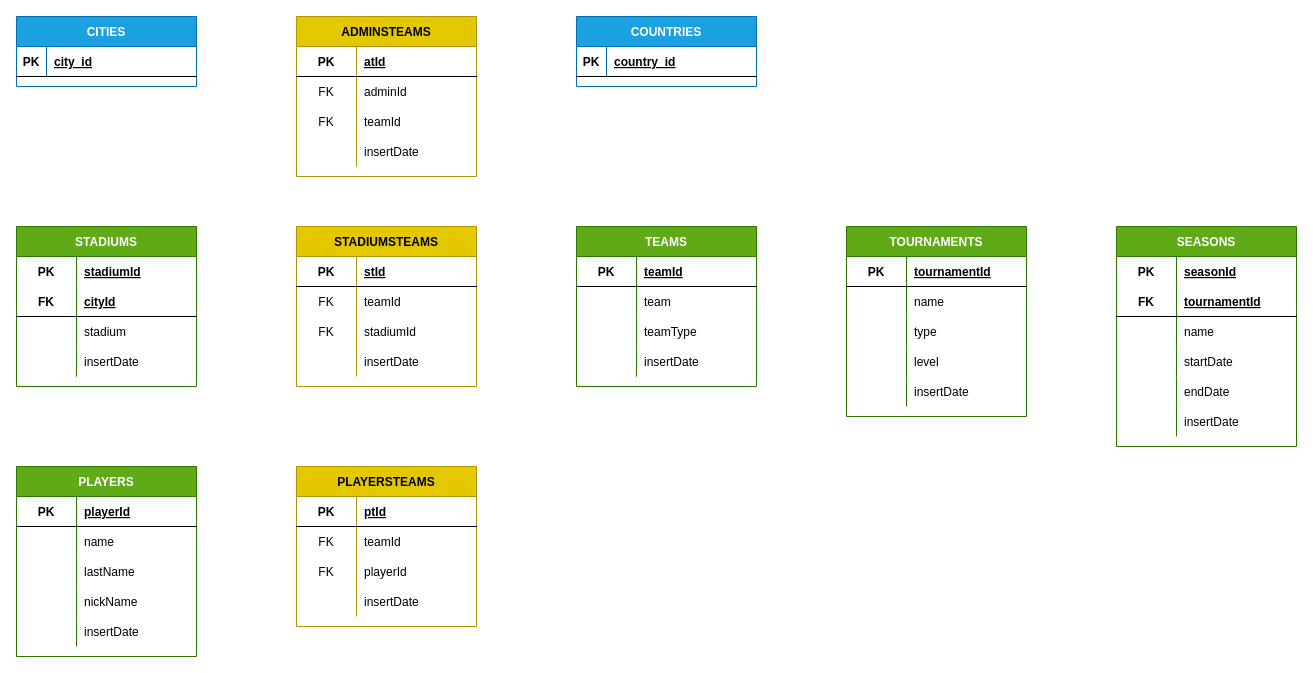
r3card0/soccer.stats keeps this draw.io diagram as soccer/DataModel/soccerModelConcept.drawio. Above is the earlier version. Source tidied: cells renumbered, new cells numbered last; positions are measured from the earlier drawing's top-left corner, leaving out a move shared by most shapes. Both pictures are drawn from the tidied source at 100%, with x=0, y=0 at pixel (16, 16).
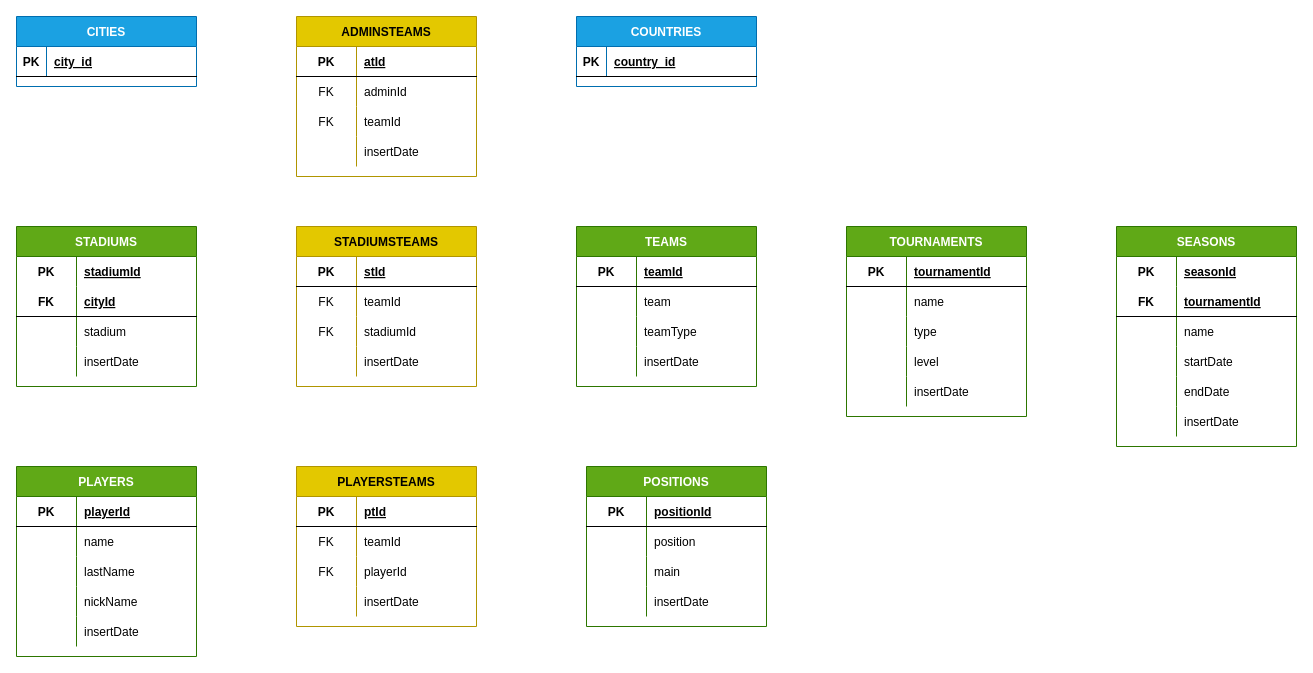
The same page after the edit.

Commit message:
added positions table

What changed in the source:
```diff
@@
+    <mxCell id="126" value="POSITIONS" style="shape=table;startSize=30;childLayout=tableLayout;rowLines=0;fontStyle=1;align=center;fillColor=#60a917;fontColor=#ffffff;strokeColor=#2D7600;" parent="1" vertex="1">
+      <mxGeometry x="570" y="450" width="180" height="160" as="geometry" />
+    </mxCell>
+    <mxCell id="127" style="shape=partialRectangle;fillColor=none;top=0;left=0;bottom=1;right=0;" parent="126" vertex="1">
+      <mxGeometry y="30" width="180" height="30" as="geometry" />
+    </mxCell>
+    <mxCell id="128" value="PK" style="shape=partialRectangle;fillColor=none;top=0;left=0;bottom=0;right=0;fontStyle=1;overflow=hidden;" parent="127" vertex="1">
+      <mxGeometry width="60" height="30" as="geometry" />
+    </mxCell>
+    <mxCell id="129" value="positionId" style="shape=partialRectangle;fillColor=none;top=0;left=0;bottom=0;right=0;align=left;spacingLeft=6;fontStyle=5;overflow=hidden;" parent="127" vertex="1">
+      <mxGeometry x="60" width="120" height="30" as="geometry" />
+    </mxCell>
+    <mxCell id="130" style="shape=partialRectangle;fillColor=none;top=0;left=0;bottom=0;right=0;" parent="126" vertex="1">
+      <mxGeometry y="60" width="180" height="30" as="geometry" />
+    </mxCell>
+    <mxCell id="131" style="shape=partialRectangle;fillColor=none;top=0;left=0;bottom=0;right=0;overflow=hidden;" parent="130" vertex="1">
+      <mxGeometry width="60" height="30" as="geometry" />
+    </mxCell>
+    <mxCell id="132" value="position" style="shape=partialRectangle;fillColor=none;top=0;left=0;bottom=0;right=0;align=left;spacingLeft=6;overflow=hidden;" parent="130" vertex="1">
+      <mxGeometry x="60" width="120" height="30" as="geometry" />
+    </mxCell>
+    <mxCell id="133" style="shape=partialRectangle;fillColor=none;top=0;left=0;bottom=0;right=0;" parent="126" vertex="1">
+      <mxGeometry y="90" width="180" height="30" as="geometry" />
+    </mxCell>
+    <mxCell id="134" style="shape=partialRectangle;fillColor=none;top=0;left=0;bottom=0;right=0;overflow=hidden;" parent="133" vertex="1">
+      <mxGeometry width="60" height="30" as="geometry" />
+    </mxCell>
+    <mxCell id="135" value="main" style="shape=partialRectangle;fillColor=none;top=0;left=0;bottom=0;right=0;align=left;spacingLeft=6;overflow=hidden;" parent="133" vertex="1">
+      <mxGeometry x="60" width="120" height="30" as="geometry" />
+    </mxCell>
+    <mxCell id="136" style="shape=partialRectangle;fillColor=none;top=0;left=0;bottom=0;right=0;" parent="126" vertex="1">
+      <mxGeometry y="120" width="180" height="30" as="geometry" />
+    </mxCell>
+    <mxCell id="137" style="shape=partialRectangle;fillColor=none;top=0;left=0;bottom=0;right=0;overflow=hidden;" parent="136" vertex="1">
+      <mxGeometry width="60" height="30" as="geometry" />
+    </mxCell>
+    <mxCell id="138" value="insertDate" style="shape=partialRectangle;fillColor=none;top=0;left=0;bottom=0;right=0;align=left;spacingLeft=6;overflow=hidden;" parent="136" vertex="1">
+      <mxGeometry x="60" width="120" height="30" as="geometry" />
+    </mxCell>
```
